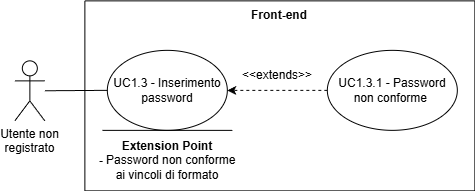
The draw.io diagram assets/diagrams/UC1_3.png in SkarabGroup/DocumentazioneProgetto, before a commit. Source tidied: cells renumbered, new cells last; positions are measured from the earlier drawing's top-left corner, leaving out a move shared by most shapes.
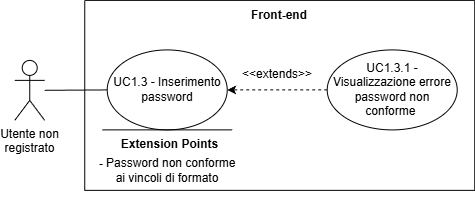
After the change.

Change to the diagram source:
```diff
@@ -5,33 +5,36 @@
     <mxCell id="2" value="Utente non &lt;br&gt;registrato" style="shape=umlActor;verticalLabelPosition=bottom;verticalAlign=top;html=1;outlineConnect=0;" parent="1" vertex="1">
       <mxGeometry x="0.3" y="60.4" width="30" height="60" as="geometry" />
     </mxCell>
-    <mxCell id="3" style="swimlane;startSize=0;" parent="1" vertex="1">
-      <mxGeometry x="70.3" y="0.4" width="390" height="190" as="geometry" />
-    </mxCell>
+    <mxCell id="12" style="swimlane;startSize=0;" parent="1" vertex="1">
+      <mxGeometry x="70.3" y="0.4" width="390" height="190" as="geometry" />
+    </mxCell>
-    <mxCell id="4" value="Front-end" style="text;html=1;whiteSpace=wrap;strokeColor=none;fillColor=none;align=center;verticalAlign=middle;rounded=0;fontStyle=1;" parent="3" vertex="1">
+    <mxCell id="4" value="Front-end" style="text;html=1;whiteSpace=wrap;strokeColor=none;fillColor=none;align=center;verticalAlign=middle;rounded=0;fontStyle=1;" parent="12" vertex="1">
       <mxGeometry x="165" width="60" height="30" as="geometry" />
     </mxCell>
-    <mxCell id="5" value="UC1.3 - Inserimento password" style="ellipse;html=1;whiteSpace=wrap;" parent="3" vertex="1">
+    <mxCell id="5" value="UC1.3 - Inserimento password" style="ellipse;html=1;whiteSpace=wrap;" parent="12" vertex="1">
       <mxGeometry x="22.5" y="49.5" width="120" height="80" as="geometry" />
     </mxCell>
-    <mxCell id="6" value="UC1.3.1 - Password non conforme&amp;nbsp;" style="ellipse;whiteSpace=wrap;html=1;" parent="3" vertex="1">
-      <mxGeometry x="242.5" y="49.5" width="130" height="80" as="geometry" />
-    </mxCell>
-    <mxCell id="7" style="endArrow=classic;html=1;rounded=0;exitX=0;exitY=0.5;exitDx=0;exitDy=0;entryX=1;entryY=0.5;entryDx=0;entryDy=0;dashed=1;endFill=1;" parent="3" edge="1" source="6" target="5">
-      <mxGeometry relative="1" as="geometry" />
-    </mxCell>
-    <mxCell id="8" style="endArrow=none;html=1;rounded=0;" parent="3" edge="1">
-      <mxGeometry relative="1" as="geometry">
-        <mxPoint x="17.5" y="129.5" as="sourcePoint" />
-        <mxPoint x="147.5" y="129.5" as="targetPoint" />
-      </mxGeometry>
-    </mxCell>
-    <mxCell id="9" value="&lt;b&gt;Extension Point&lt;/b&gt;&lt;div&gt;&lt;div&gt;&lt;b&gt;- &lt;/b&gt;Password&amp;nbsp;non conforme ai vincoli di formato&lt;/div&gt;&lt;/div&gt;" style="text;html=1;whiteSpace=wrap;strokeColor=none;fillColor=none;align=center;verticalAlign=middle;rounded=0;" parent="3" vertex="1">
-      <mxGeometry x="12.5" y="129.5" width="140" height="60" as="geometry" />
-    </mxCell>
+    <mxCell id="13" value="UC1.3.1 - Visualizzazione errore password non conforme&amp;nbsp;" style="ellipse;whiteSpace=wrap;html=1;" parent="12" vertex="1">
+      <mxGeometry x="242.5" y="49.5" width="130" height="80" as="geometry" />
+    </mxCell>
+    <mxCell id="14" style="endArrow=classic;html=1;rounded=0;exitX=0;exitY=0.5;exitDx=0;exitDy=0;entryX=1;entryY=0.5;entryDx=0;entryDy=0;dashed=1;endFill=1;" parent="12" edge="1" source="13" target="5">
+      <mxGeometry relative="1" as="geometry" />
+    </mxCell>
+    <mxCell id="15" style="endArrow=none;html=1;rounded=0;" parent="12" edge="1">
+      <mxGeometry relative="1" as="geometry">
+        <mxPoint x="17.5" y="129.5" as="sourcePoint" />
+        <mxPoint x="147.5" y="129.5" as="targetPoint" />
+      </mxGeometry>
+    </mxCell>
+    <mxCell id="16" value="&lt;div&gt;&lt;div&gt;&lt;b&gt;- &lt;/b&gt;Password&amp;nbsp;non conforme ai vincoli di formato&lt;/div&gt;&lt;/div&gt;" style="text;html=1;whiteSpace=wrap;strokeColor=none;fillColor=none;align=center;verticalAlign=middle;rounded=0;" parent="12" vertex="1">
+      <mxGeometry x="12.5" y="140.5" width="140" height="60" as="geometry" />
+    </mxCell>
-    <mxCell id="10" value="&amp;lt;&amp;lt;extends&amp;gt;&amp;gt;" style="text;html=1;whiteSpace=wrap;strokeColor=none;fillColor=none;align=center;verticalAlign=middle;rounded=0;" parent="3" vertex="1">
+    <mxCell id="10" value="&amp;lt;&amp;lt;extends&amp;gt;&amp;gt;" style="text;html=1;whiteSpace=wrap;strokeColor=none;fillColor=none;align=center;verticalAlign=middle;rounded=0;" parent="12" vertex="1">
       <mxGeometry x="162.5" y="59.5" width="60" height="30" as="geometry" />
     </mxCell>
+    <mxCell id="17" value="&lt;b&gt;Extension Points&lt;/b&gt;" style="text;html=1;whiteSpace=wrap;strokeColor=none;fillColor=none;align=center;verticalAlign=middle;rounded=0;strokeWidth=5;" parent="12" vertex="1">
+      <mxGeometry x="27.5" y="129.5" width="115" height="30" as="geometry" />
+    </mxCell>
     <mxCell id="11" style="endArrow=none;html=1;rounded=0;entryX=0;entryY=0.5;entryDx=0;entryDy=0;" parent="1" edge="1" source="2" target="5">
       <mxGeometry relative="1" as="geometry" />
     </mxCell>
```
